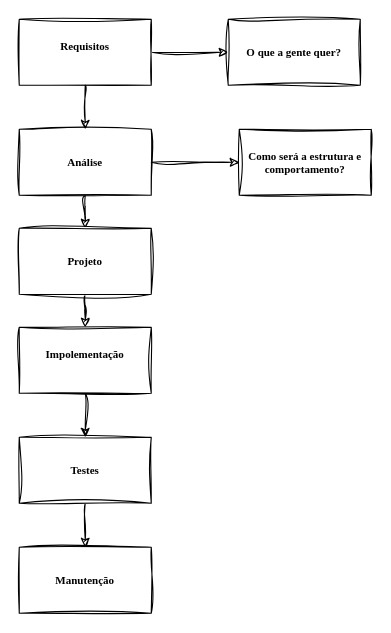
Before: project-esp32nativesense.drawio in r0bertgabriel/ESP32NativeSense, a draw.io diagram. Source tidied: cells renumbered, new cells numbered last; positions are measured from the earlier drawing's top-left corner, leaving out a move shared by most shapes. Both pictures are drawn from the tidied source at 110%, with x=0, y=0 at pixel (19, 19).
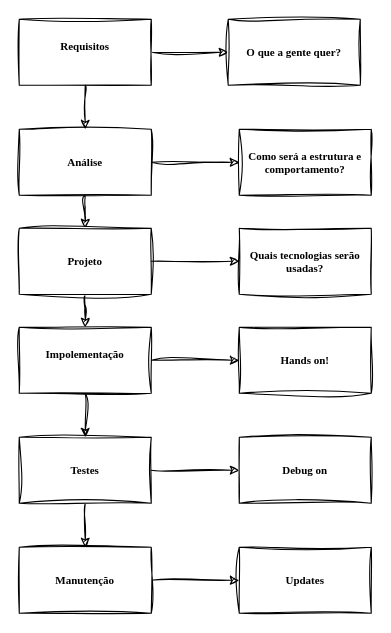
The same diagram, later.

Unchanged cells that the change refers to:
```xml
<mxCell id="9" value="Projeto" style="rounded=0;whiteSpace=wrap;html=1;sketch=1;curveFitting=1;jiggle=2;labelBackgroundColor=none;fontFamily=Garamond;fontSize=10;fontStyle=1;" parent="1" vertex="1">
  <mxGeometry y="190" width="120" height="60" as="geometry" />
</mxCell>
<mxCell id="11" value="Impolementação&lt;div&gt;&lt;br&gt;&lt;/div&gt;" style="whiteSpace=wrap;html=1;fontSize=10;fontFamily=Garamond;rounded=0;sketch=1;curveFitting=1;jiggle=2;labelBackgroundColor=none;fontStyle=1;" parent="1" vertex="1">
  <mxGeometry y="280" width="120" height="60" as="geometry" />
</mxCell>
<mxCell id="13" value="Testes" style="whiteSpace=wrap;html=1;fontSize=10;fontFamily=Garamond;rounded=0;sketch=1;curveFitting=1;jiggle=2;labelBackgroundColor=none;fontStyle=1;" parent="1" vertex="1">
  <mxGeometry y="380" width="120" height="60" as="geometry" />
</mxCell>
<mxCell id="14" value="Manutenção" style="whiteSpace=wrap;html=1;fontSize=10;fontFamily=Garamond;rounded=0;sketch=1;curveFitting=1;jiggle=2;labelBackgroundColor=none;fontStyle=1;" parent="1" vertex="1">
  <mxGeometry y="480" width="120" height="60" as="geometry" />
</mxCell>
```

What changed in the source:
```diff
@@
+    <mxCell id="17" style="edgeStyle=orthogonalEdgeStyle;rounded=0;sketch=1;hachureGap=4;jiggle=2;curveFitting=1;jettySize=auto;html=1;fontFamily=Architects Daughter;" parent="1" edge="1" source="9" target="21">
+      <mxGeometry relative="1" as="geometry" />
+    </mxCell>
@@
+    <mxCell id="18" style="edgeStyle=orthogonalEdgeStyle;rounded=0;sketch=1;hachureGap=4;jiggle=2;curveFitting=1;jettySize=auto;html=1;fontFamily=Architects Daughter;" parent="1" edge="1" source="11" target="22">
+      <mxGeometry relative="1" as="geometry" />
+    </mxCell>
@@
+    <mxCell id="19" style="edgeStyle=orthogonalEdgeStyle;rounded=0;sketch=1;hachureGap=4;jiggle=2;curveFitting=1;jettySize=auto;html=1;fontFamily=Architects Daughter;" parent="1" edge="1" source="13" target="23">
+      <mxGeometry relative="1" as="geometry" />
+    </mxCell>
@@
+    <mxCell id="20" style="edgeStyle=orthogonalEdgeStyle;rounded=0;sketch=1;hachureGap=4;jiggle=2;curveFitting=1;jettySize=auto;html=1;fontFamily=Architects Daughter;" parent="1" edge="1" source="14" target="24">
+      <mxGeometry relative="1" as="geometry" />
+    </mxCell>
@@
+    <mxCell id="21" value="Quais tecnologias serão usadas?" style="rounded=0;whiteSpace=wrap;html=1;sketch=1;curveFitting=1;jiggle=2;labelBackgroundColor=none;fontFamily=Garamond;fontSize=10;fontStyle=1;" parent="1" vertex="1">
+      <mxGeometry x="200" y="190" width="120" height="60" as="geometry" />
+    </mxCell>
+    <mxCell id="22" value="&lt;div&gt;Hands on!&lt;/div&gt;" style="whiteSpace=wrap;html=1;fontSize=10;fontFamily=Garamond;rounded=0;sketch=1;curveFitting=1;jiggle=2;labelBackgroundColor=none;fontStyle=1;" parent="1" vertex="1">
+      <mxGeometry x="200" y="280" width="120" height="60" as="geometry" />
+    </mxCell>
+    <mxCell id="23" value="Debug on" style="whiteSpace=wrap;html=1;fontSize=10;fontFamily=Garamond;rounded=0;sketch=1;curveFitting=1;jiggle=2;labelBackgroundColor=none;fontStyle=1;" parent="1" vertex="1">
+      <mxGeometry x="200" y="380" width="120" height="60" as="geometry" />
+    </mxCell>
+    <mxCell id="24" value="Updates" style="whiteSpace=wrap;html=1;fontSize=10;fontFamily=Garamond;rounded=0;sketch=1;curveFitting=1;jiggle=2;labelBackgroundColor=none;fontStyle=1;" parent="1" vertex="1">
+      <mxGeometry x="200" y="480" width="120" height="60" as="geometry" />
+    </mxCell>
```
